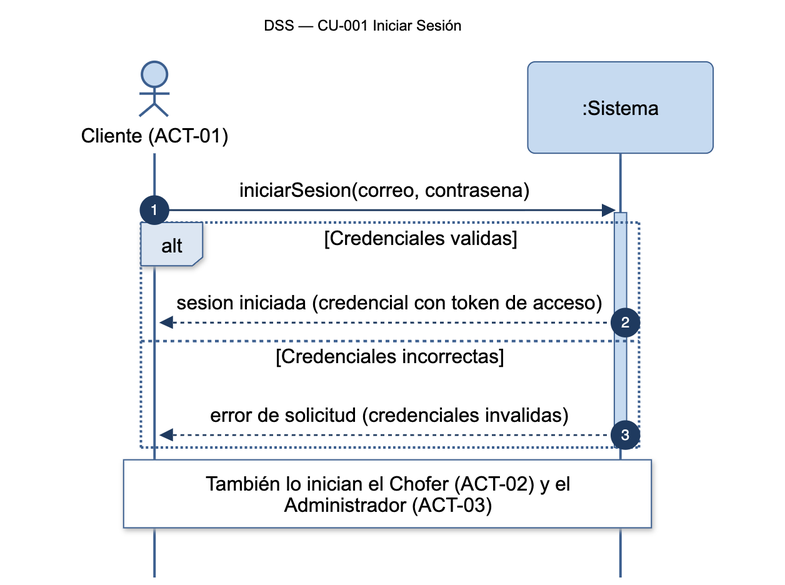
The Mermaid diagram diagramas/png/DSS_CU-001_Iniciar-Sesion.png in Nahuelito-Dev/splg-docs, before a commit. Its source is kept beside it as diagramas/DSS_CU-001_Iniciar-Sesion.mmd.
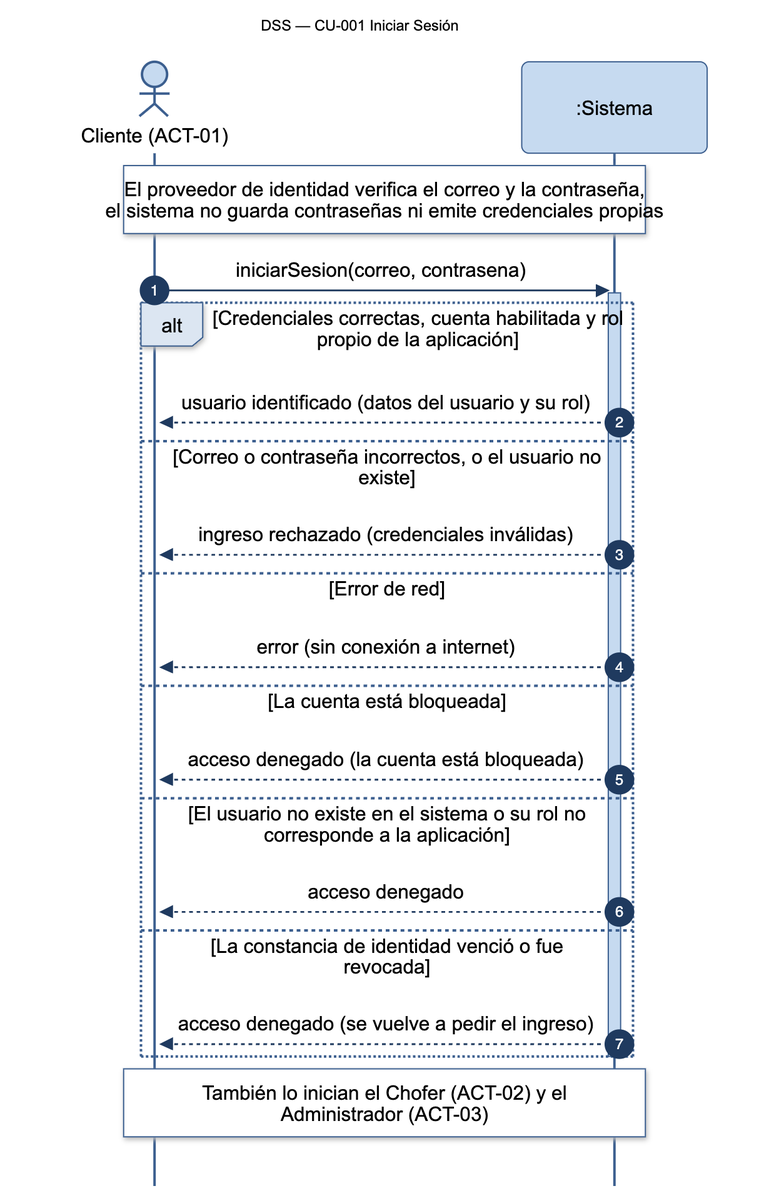
The same file after the commit.

Diff of the diagram source:
```diff
@@ -4,12 +4,21 @@
     actor USR as Cliente (ACT-01)
     participant SIS as :Sistema
 
+    Note over USR,SIS: El proveedor de identidad verifica el correo y la contraseña,<br/>el sistema no guarda contraseñas ni emite credenciales propias
     USR->>SIS: iniciarSesion(correo, contrasena)
     activate SIS
-    alt Credenciales validas
-        SIS-->>USR: sesion iniciada (credencial con token de acceso)
-    else Credenciales incorrectas
-        SIS-->>USR: error de solicitud (credenciales invalidas)
+    alt Credenciales correctas, cuenta habilitada y rol propio de la aplicación
+        SIS-->>USR: usuario identificado (datos del usuario y su rol)
+    else Correo o contraseña incorrectos, o el usuario no existe
+        SIS-->>USR: ingreso rechazado (credenciales inválidas)
+    else Error de red
+        SIS-->>USR: error (sin conexión a internet)
+    else La cuenta está bloqueada
+        SIS-->>USR: acceso denegado (la cuenta está bloqueada)
+    else El usuario no existe en el sistema o su rol no corresponde a la aplicación
+        SIS-->>USR: acceso denegado
+    else La constancia de identidad venció o fue revocada
+        SIS-->>USR: acceso denegado (se vuelve a pedir el ingreso)
     end
     deactivate SIS
     Note over USR,SIS: También lo inician el Chofer (ACT-02) y el<br/>Administrador (ACT-03)
```
